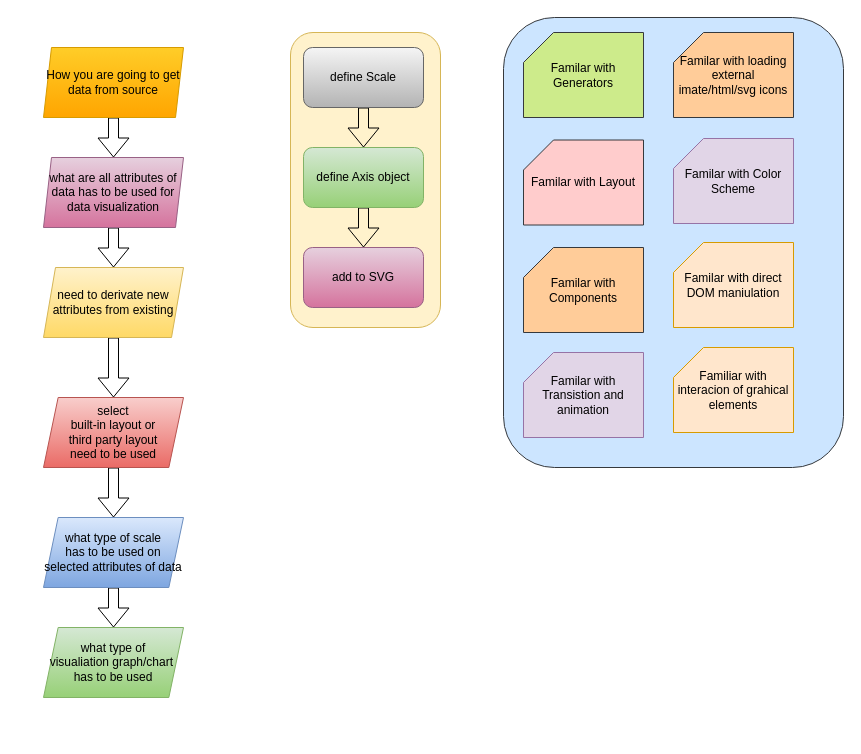
This is page "Startegy to Developer" (6 of 8) of My Articles/d3/D3 Understanding.drawio from anbarasan-raji/books, a draw.io file, before an edit. Source tidied: cells renumbered, new cells numbered last; positions are measured from the earlier drawing's top-left corner, leaving out a move shared by most shapes. Both pictures are drawn from the tidied source at 100%, with x=0, y=0 at pixel (43, 17).
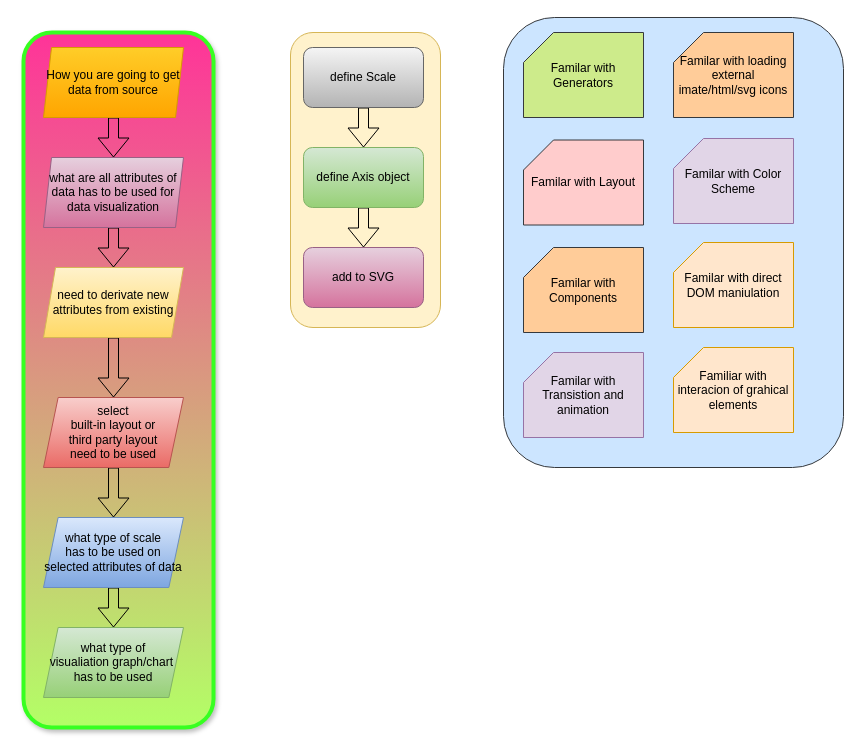
The same page after the edit.

The edit, as a diff of the source:
```diff
@@
+    <mxCell id="28" style="rounded=1;whiteSpace=wrap;html=1;shadow=1;glass=0;comic=0;strokeColor=#37FF21;strokeWidth=4;fillColor=#FF3399;gradientColor=#B3FF66;" parent="1" vertex="1">
+      <mxGeometry x="-20" y="15" width="190" height="695" as="geometry" />
+    </mxCell>
```
